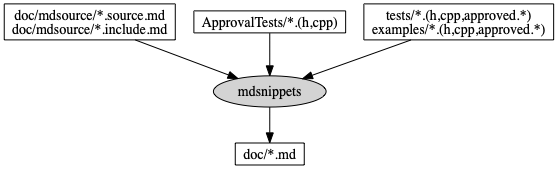
Above: doc/images/mdsnippets_flow.png in approvals/ApprovalTests.cpp (Graphviz), before the change. Its source is kept beside it as doc/images/source/mdsnippets_flow.dot.
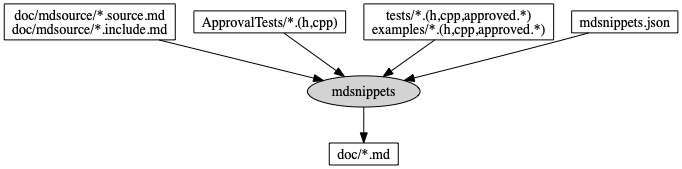
Later version of the same file.

The edit, as a diff of the source:
```diff
@@ -14,6 +14,9 @@
     "tests_source" [label = "tests/*.(h,cpp,approved.*)\nexamples/*.(h,cpp,approved.*)"]
     "tests_source" -> "mdsnippets"
 
+    "mdsnippets_json" [label = "mdsnippets.json"]
+    "mdsnippets_json" -> "mdsnippets"
+
     "docs_md" [label = "doc/*.md"]
     "mdsnippets" -> "docs_md"
 }
```
